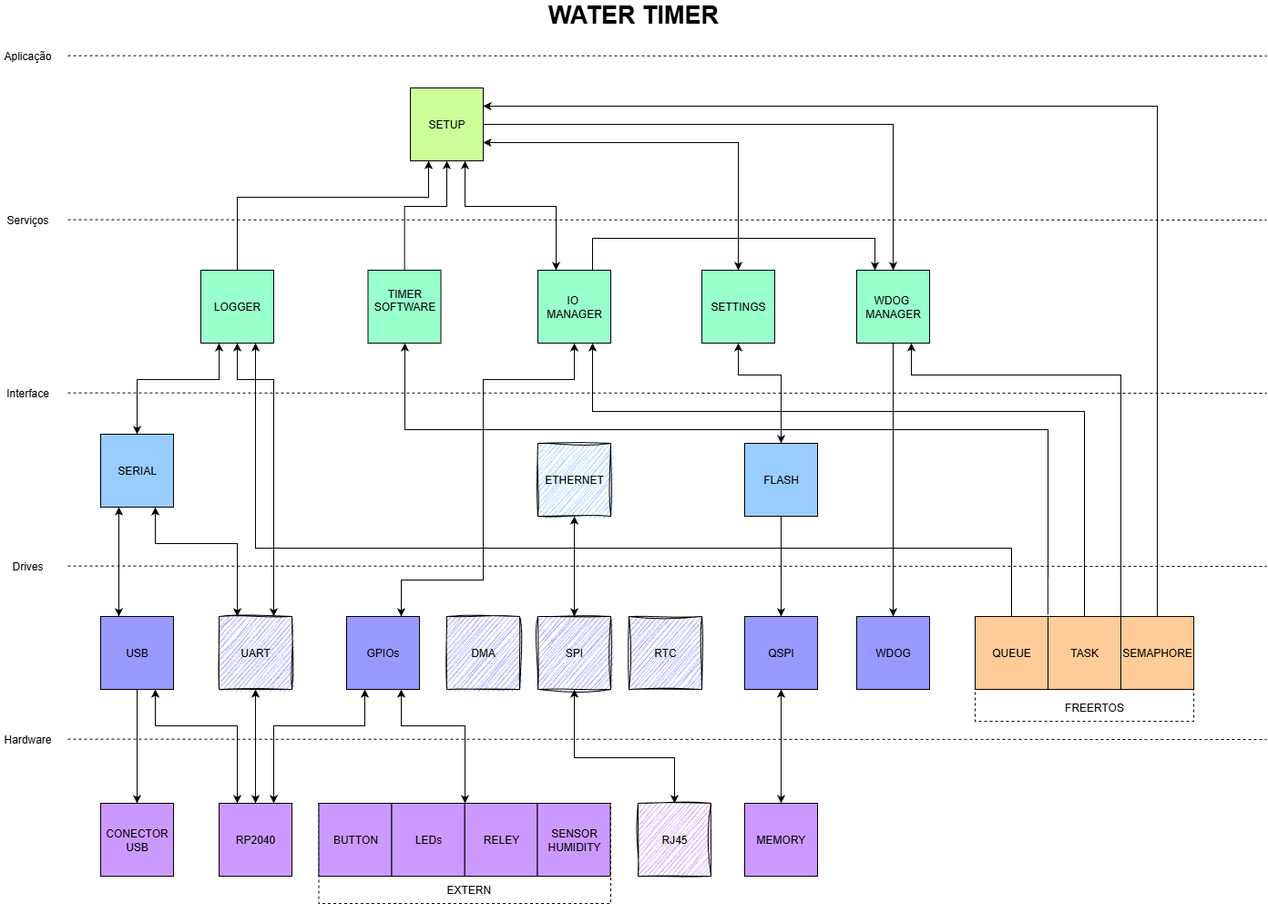
Before: arquitetura.png, a diagram exported from draw.io (MoniqueMoreira/Water_Timer). Source tidied: cells renumbered, new cells last; positions are measured from the earlier drawing's top-left corner, leaving out a move shared by most shapes.
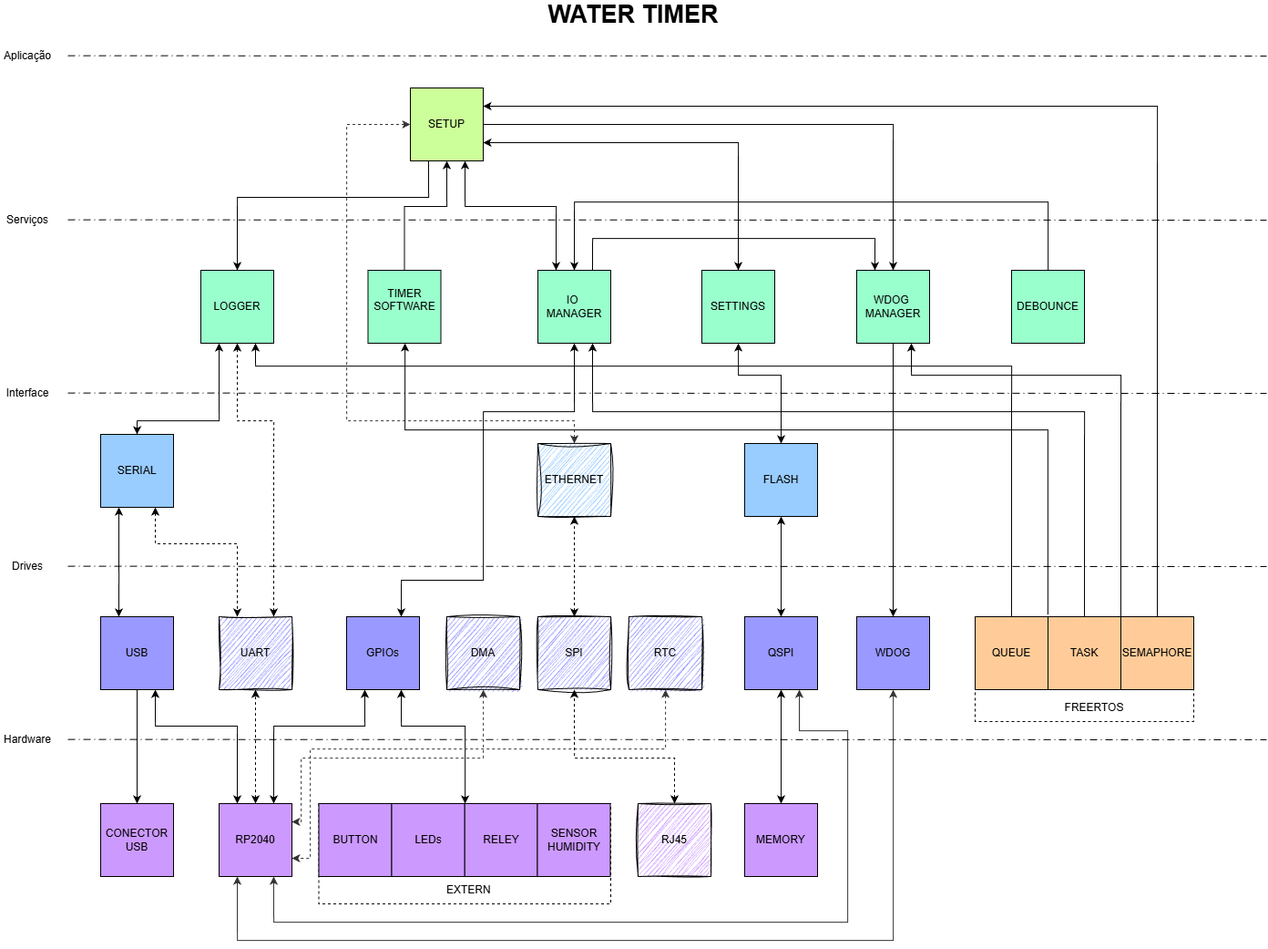
After the commit.

Diff of the diagram source:
```diff
@@ -4,5 +4,5 @@
     <mxCell id="1" parent="0" />
-    <mxCell id="2" style="rounded=0;whiteSpace=wrap;html=1;fillColor=none;dashed=1;" parent="1" vertex="1">
-      <mxGeometry x="1070" y="675" width="240" height="115" as="geometry" />
-    </mxCell>
+    <mxCell id="73" style="rounded=0;whiteSpace=wrap;html=1;fillColor=none;dashed=1;" parent="1" vertex="1">
+      <mxGeometry x="1070" y="675" width="240" height="115" as="geometry" />
+    </mxCell>
     <mxCell id="3" style="edgeStyle=orthogonalEdgeStyle;rounded=0;jettySize=auto;html=1;entryX=0.5;entryY=0;entryDx=0;entryDy=0;exitX=1;exitY=0.5;exitDx=0;exitDy=0;" parent="1" edge="1" source="5" target="50">
@@ -19,7 +19,7 @@
     </mxCell>
-    <mxCell id="7" style="edgeStyle=orthogonalEdgeStyle;rounded=0;jettySize=auto;html=1;exitX=0.75;exitY=0;exitDx=0;exitDy=0;entryX=0.5;entryY=1;entryDx=0;entryDy=0;startArrow=classic;startFill=1;" parent="1" edge="1" source="8" target="17">
+    <mxCell id="7" style="edgeStyle=orthogonalEdgeStyle;rounded=0;jettySize=auto;html=1;exitX=0.75;exitY=0;exitDx=0;exitDy=0;entryX=0.5;entryY=1;entryDx=0;entryDy=0;startArrow=classic;startFill=1;dashed=1;" parent="1" edge="1" source="8" target="17">
       <mxGeometry relative="1" as="geometry">
         <Array as="points">
-          <mxPoint x="300" y="415" />
-          <mxPoint x="260" y="415" />
+          <mxPoint x="300" y="460" />
+          <mxPoint x="260" y="460" />
         </Array>
@@ -35,4 +35,4 @@
           <mxPoint x="530" y="635" />
-          <mxPoint x="530" y="415" />
-          <mxPoint x="630" y="415" />
+          <mxPoint x="530" y="450" />
+          <mxPoint x="630" y="450" />
         </Array>
@@ -52,3 +52,3 @@
     </mxCell>
-    <mxCell id="12" style="edgeStyle=orthogonalEdgeStyle;rounded=0;jettySize=auto;html=1;entryX=0.5;entryY=1;entryDx=0;entryDy=0;startArrow=classic;startFill=1;" parent="1" edge="1" source="13" target="55">
+    <mxCell id="12" style="edgeStyle=orthogonalEdgeStyle;rounded=0;jettySize=auto;html=1;entryX=0.5;entryY=1;entryDx=0;entryDy=0;startArrow=classic;startFill=1;dashed=1;" parent="1" edge="1" source="13" target="55">
       <mxGeometry relative="1" as="geometry" />
@@ -69,3 +69,3 @@
     </mxCell>
-    <mxCell id="16" style="edgeStyle=orthogonalEdgeStyle;rounded=0;jettySize=auto;html=1;entryX=0.25;entryY=1;entryDx=0;entryDy=0;startArrow=none;startFill=0;exitX=0.5;exitY=0;exitDx=0;exitDy=0;" parent="1" edge="1" source="17" target="5">
+    <mxCell id="16" style="edgeStyle=orthogonalEdgeStyle;rounded=0;jettySize=auto;html=1;entryX=0.25;entryY=1;entryDx=0;entryDy=0;startArrow=classic;startFill=1;exitX=0.5;exitY=0;exitDx=0;exitDy=0;endArrow=none;endFill=0;" parent="1" edge="1" source="17" target="5">
       <mxGeometry relative="1" as="geometry">
@@ -80,3 +80,3 @@
     </mxCell>
-    <mxCell id="18" style="edgeStyle=orthogonalEdgeStyle;rounded=0;jettySize=auto;html=1;" parent="1" edge="1" source="19" target="21">
+    <mxCell id="18" style="edgeStyle=orthogonalEdgeStyle;rounded=0;jettySize=auto;html=1;startArrow=classic;startFill=1;" parent="1" edge="1" source="19" target="21">
       <mxGeometry relative="1" as="geometry">
@@ -94,2 +94,12 @@
     </mxCell>
+    <mxCell id="74" style="edgeStyle=orthogonalEdgeStyle;shape=connector;rounded=0;jettySize=auto;html=1;exitX=0.75;exitY=1;exitDx=0;exitDy=0;entryX=0.75;entryY=1;entryDx=0;entryDy=0;strokeColor=light-dark(#333333, #ededed);strokeWidth=1;align=center;verticalAlign=middle;fontFamily=Helvetica;fontSize=11;fontColor=default;labelBackgroundColor=default;endArrow=classic;startArrow=classic;startFill=1;endFill=1;" parent="1" edge="1" source="21" target="29">
+      <mxGeometry relative="1" as="geometry">
+        <Array as="points">
+          <mxPoint x="877" y="800" />
+          <mxPoint x="930" y="800" />
+          <mxPoint x="930" y="1010" />
+          <mxPoint x="300" y="1010" />
+        </Array>
+      </mxGeometry>
+    </mxCell>
     <mxCell id="21" value="QSPI" style="whiteSpace=wrap;html=1;fillColor=#9999FF;glass=0;shadow=0;rounded=0;" parent="1" vertex="1">
@@ -97,2 +107,10 @@
     </mxCell>
+    <mxCell id="75" style="edgeStyle=orthogonalEdgeStyle;shape=connector;rounded=0;jettySize=auto;html=1;entryX=0.25;entryY=1;entryDx=0;entryDy=0;strokeColor=light-dark(#333333, #ededed);strokeWidth=1;align=center;verticalAlign=middle;fontFamily=Helvetica;fontSize=11;fontColor=default;labelBackgroundColor=default;endArrow=classic;startArrow=classic;startFill=1;endFill=1;" parent="1" edge="1" source="22" target="29">
+      <mxGeometry relative="1" as="geometry">
+        <Array as="points">
+          <mxPoint x="980" y="1030" />
+          <mxPoint x="260" y="1030" />
+        </Array>
+      </mxGeometry>
+    </mxCell>
     <mxCell id="22" value="WDOG&lt;span style=&quot;color: rgba(0, 0, 0, 0); font-family: monospace; font-size: 0px; text-align: start; text-wrap-mode: nowrap;&quot;&gt;%3CmxGraphModel%3E%3Croot%3E%3CmxCell%20id%3D%220%22%2F%3E%3CmxCell%20id%3D%221%22%20parent%3D%220%22%2F%3E%3CmxCell%20id%3D%222%22%20value%3D%22GPIO%22%20style%3D%22whiteSpace%3Dwrap%3Bhtml%3D1%3Baspect%3Dfixed%3B%22%20vertex%3D%221%22%20parent%3D%221%22%3E%3CmxGeometry%20x%3D%22260%22%20y%3D%22420%22%20width%3D%2280%22%20height%3D%2280%22%20as%3D%22geometry%22%2F%3E%3C%2FmxCell%3E%3C%2Froot%3E%3C%2FmxGraphModel%3E&lt;/span&gt;&lt;span style=&quot;color: rgba(0, 0, 0, 0); font-family: monospace; font-size: 0px; text-align: start; text-wrap-mode: nowrap;&quot;&gt;%3CmxGraphModel%3E%3Croot%3E%3CmxCell%20id%3D%220%22%2F%3E%3CmxCell%20id%3D%221%22%20parent%3D%220%22%2F%3E%3CmxCell%20id%3D%222%22%20value%3D%22GPIO%22%20style%3D%22whiteSpace%3Dwrap%3Bhtml%3D1%3Baspect%3Dfixed%3B%22%20vertex%3D%221%22%20parent%3D%221%22%3E%3CmxGeometry%20x%3D%22260%22%20y%3D%22420%22%20width%3D%2280%22%20height%3D%2280%22%20as%3D%22geometry%22%2F%3E%3C%2FmxCell%3E%3C%2Froot%3E%3C%2FmxGraphModel%3E&lt;/span&gt;" style="whiteSpace=wrap;html=1;fillColor=#9999FF;glass=0;shadow=0;rounded=0;" parent="1" vertex="1">
@@ -100,2 +118,11 @@
     </mxCell>
+    <mxCell id="76" style="edgeStyle=orthogonalEdgeStyle;shape=connector;rounded=0;jettySize=auto;html=1;entryX=1;entryY=0.75;entryDx=0;entryDy=0;strokeColor=light-dark(#333333, #ededed);strokeWidth=1;align=center;verticalAlign=middle;fontFamily=Helvetica;fontSize=11;fontColor=default;labelBackgroundColor=default;endArrow=classic;startArrow=classic;startFill=1;endFill=1;dashed=1;" parent="1" edge="1" source="23" target="29">
+      <mxGeometry relative="1" as="geometry">
+        <Array as="points">
+          <mxPoint x="730" y="820" />
+          <mxPoint x="340" y="820" />
+          <mxPoint x="340" y="940" />
+        </Array>
+      </mxGeometry>
+    </mxCell>
     <mxCell id="23" value="RTC" style="whiteSpace=wrap;html=1;fillColor=#9999FF;glass=0;shadow=0;rounded=0;sketch=1;curveFitting=1;jiggle=2;" parent="1" vertex="1">
@@ -103,8 +130,8 @@
     </mxCell>
-    <mxCell id="24" style="endArrow=none;dashed=1;html=1;rounded=0;" parent="1" edge="1">
-      <mxGeometry relative="1" as="geometry">
-        <mxPoint x="74" y="809.6" as="sourcePoint" />
-        <mxPoint x="1390" y="810" as="targetPoint" />
-      </mxGeometry>
-    </mxCell>
+    <mxCell id="77" style="endArrow=none;dashed=1;html=1;rounded=0;dashPattern=8 4 1 4;" parent="1" edge="1">
+      <mxGeometry relative="1" as="geometry">
+        <mxPoint x="74" y="809.6" as="sourcePoint" />
+        <mxPoint x="1390" y="810" as="targetPoint" />
+      </mxGeometry>
+    </mxCell>
     <mxCell id="25" value="Hardware" style="text;html=1;align=center;verticalAlign=middle;whiteSpace=wrap;rounded=0;" parent="1" vertex="1">
@@ -112,3 +139,3 @@
     </mxCell>
-    <mxCell id="26" style="edgeStyle=orthogonalEdgeStyle;rounded=0;jettySize=auto;html=1;entryX=0.5;entryY=1;entryDx=0;entryDy=0;startArrow=classic;startFill=1;" parent="1" edge="1" source="29" target="8">
+    <mxCell id="26" style="edgeStyle=orthogonalEdgeStyle;rounded=0;jettySize=auto;html=1;entryX=0.5;entryY=1;entryDx=0;entryDy=0;startArrow=classic;startFill=1;dashed=1;" parent="1" edge="1" source="29" target="8">
       <mxGeometry relative="1" as="geometry" />
@@ -137,4 +164,4 @@
         <Array as="points">
-          <mxPoint x="240" y="415" />
-          <mxPoint x="150" y="415" />
+          <mxPoint x="240" y="460" />
+          <mxPoint x="150" y="460" />
         </Array>
@@ -142,3 +169,3 @@
     </mxCell>
-    <mxCell id="31" style="edgeStyle=orthogonalEdgeStyle;rounded=0;jettySize=auto;html=1;exitX=0.75;exitY=1;exitDx=0;exitDy=0;entryX=0.25;entryY=0;entryDx=0;entryDy=0;startArrow=classic;startFill=1;" parent="1" edge="1" source="32" target="8">
+    <mxCell id="31" style="edgeStyle=orthogonalEdgeStyle;rounded=0;jettySize=auto;html=1;exitX=0.75;exitY=1;exitDx=0;exitDy=0;entryX=0.25;entryY=0;entryDx=0;entryDy=0;startArrow=classic;startFill=1;dashed=1;" parent="1" edge="1" source="32" target="8">
       <mxGeometry relative="1" as="geometry">
@@ -167,3 +194,3 @@
     </mxCell>
-    <mxCell id="36" style="edgeStyle=orthogonalEdgeStyle;rounded=0;jettySize=auto;html=1;exitX=0.5;exitY=0;exitDx=0;exitDy=0;entryX=0.5;entryY=1;entryDx=0;entryDy=0;startArrow=classic;startFill=1;" parent="1" edge="1" source="37" target="13">
+    <mxCell id="36" style="edgeStyle=orthogonalEdgeStyle;rounded=0;jettySize=auto;html=1;exitX=0.5;exitY=0;exitDx=0;exitDy=0;entryX=0.5;entryY=1;entryDx=0;entryDy=0;startArrow=classic;startFill=1;dashed=1;" parent="1" edge="1" source="37" target="13">
       <mxGeometry relative="1" as="geometry">
@@ -181,8 +208,8 @@
     </mxCell>
-    <mxCell id="39" style="endArrow=none;dashed=1;html=1;rounded=0;" parent="1" edge="1">
-      <mxGeometry relative="1" as="geometry">
-        <mxPoint x="74" y="429.6" as="sourcePoint" />
-        <mxPoint x="1390" y="430" as="targetPoint" />
-      </mxGeometry>
-    </mxCell>
+    <mxCell id="78" style="endArrow=none;dashed=1;html=1;rounded=0;dashPattern=8 4 1 4;" parent="1" edge="1">
+      <mxGeometry relative="1" as="geometry">
+        <mxPoint x="74" y="429.6" as="sourcePoint" />
+        <mxPoint x="1390" y="430" as="targetPoint" />
+      </mxGeometry>
+    </mxCell>
     <mxCell id="40" value="Interface" style="text;html=1;align=center;verticalAlign=middle;whiteSpace=wrap;rounded=0;" parent="1" vertex="1">
@@ -190,14 +217,14 @@
     </mxCell>
-    <mxCell id="41" style="endArrow=none;dashed=1;html=1;rounded=0;" parent="1" edge="1">
-      <mxGeometry relative="1" as="geometry">
-        <mxPoint x="74" y="619.6" as="sourcePoint" />
-        <mxPoint x="1390" y="620" as="targetPoint" />
-      </mxGeometry>
-    </mxCell>
-    <mxCell id="42" style="endArrow=none;dashed=1;html=1;rounded=0;" parent="1" edge="1">
-      <mxGeometry relative="1" as="geometry">
-        <mxPoint x="74" y="239.6" as="sourcePoint" />
-        <mxPoint x="1390" y="240" as="targetPoint" />
-      </mxGeometry>
-    </mxCell>
+    <mxCell id="79" style="endArrow=none;dashed=1;html=1;rounded=0;dashPattern=8 4 1 4;" parent="1" edge="1">
+      <mxGeometry relative="1" as="geometry">
+        <mxPoint x="74" y="619.6" as="sourcePoint" />
+        <mxPoint x="1390" y="620" as="targetPoint" />
+      </mxGeometry>
+    </mxCell>
+    <mxCell id="80" style="endArrow=none;dashed=1;html=1;rounded=0;dashPattern=8 4 1 4;" parent="1" edge="1">
+      <mxGeometry relative="1" as="geometry">
+        <mxPoint x="74" y="239.6" as="sourcePoint" />
+        <mxPoint x="1390" y="240" as="targetPoint" />
+      </mxGeometry>
+    </mxCell>
     <mxCell id="43" value="Serviços" style="text;html=1;align=center;verticalAlign=middle;whiteSpace=wrap;rounded=0;" parent="1" vertex="1">
@@ -205,8 +232,8 @@
     </mxCell>
-    <mxCell id="44" style="endArrow=none;dashed=1;html=1;rounded=0;" parent="1" edge="1">
-      <mxGeometry relative="1" as="geometry">
-        <mxPoint x="74" y="59.6" as="sourcePoint" />
-        <mxPoint x="1390" y="60" as="targetPoint" />
-      </mxGeometry>
-    </mxCell>
+    <mxCell id="81" style="endArrow=none;dashed=1;html=1;rounded=0;dashPattern=8 4 1 4;" parent="1" edge="1">
+      <mxGeometry relative="1" as="geometry">
+        <mxPoint x="74" y="59.6" as="sourcePoint" />
+        <mxPoint x="1390" y="60" as="targetPoint" />
+      </mxGeometry>
+    </mxCell>
     <mxCell id="45" value="Aplicação" style="text;html=1;align=center;verticalAlign=middle;whiteSpace=wrap;rounded=0;" parent="1" vertex="1">
@@ -253,2 +280,11 @@
     </mxCell>
+    <mxCell id="82" style="edgeStyle=orthogonalEdgeStyle;shape=connector;rounded=0;jettySize=auto;html=1;strokeColor=light-dark(#333333, #ededed);strokeWidth=1;align=center;verticalAlign=middle;fontFamily=Helvetica;fontSize=11;fontColor=default;labelBackgroundColor=default;endArrow=classic;dashed=1;entryX=1;entryY=0.25;entryDx=0;entryDy=0;startArrow=classic;startFill=1;endFill=1;" parent="1" edge="1" source="54" target="29">
+      <mxGeometry relative="1" as="geometry">
+        <Array as="points">
+          <mxPoint x="530" y="830" />
+          <mxPoint x="330" y="830" />
+          <mxPoint x="330" y="900" />
+        </Array>
+      </mxGeometry>
+    </mxCell>
     <mxCell id="54" value="DMA" style="whiteSpace=wrap;html=1;fillColor=#9999FF;glass=0;shadow=0;rounded=0;sketch=1;curveFitting=1;jiggle=2;" parent="1" vertex="1">
@@ -256,2 +292,11 @@
     </mxCell>
+    <mxCell id="83" style="edgeStyle=orthogonalEdgeStyle;shape=connector;rounded=0;jettySize=auto;html=1;exitX=0.5;exitY=0;exitDx=0;exitDy=0;entryX=0;entryY=0.5;entryDx=0;entryDy=0;strokeColor=light-dark(#333333, #ededed);strokeWidth=1;align=center;verticalAlign=middle;fontFamily=Helvetica;fontSize=11;fontColor=default;labelBackgroundColor=default;endArrow=classic;dashed=1;startArrow=classic;startFill=1;endFill=1;" parent="1" edge="1" source="55" target="5">
+      <mxGeometry relative="1" as="geometry">
+        <Array as="points">
+          <mxPoint x="630" y="460" />
+          <mxPoint x="380" y="460" />
+          <mxPoint x="380" y="135" />
+        </Array>
+      </mxGeometry>
+    </mxCell>
     <mxCell id="55" value="ETHERNET" style="whiteSpace=wrap;html=1;fillColor=#99CCFF;glass=0;shadow=0;rounded=0;sketch=1;curveFitting=1;jiggle=2;" parent="1" vertex="1">
@@ -259,21 +304,21 @@
     </mxCell>
-    <mxCell id="56" style="group;" parent="1" vertex="1">
-      <mxGeometry x="349.5" y="880" width="320.5" height="110" as="geometry" />
-    </mxCell>
+    <mxCell id="84" style="group;" parent="1" vertex="1">
+      <mxGeometry x="349.5" y="880" width="320.5" height="110" as="geometry" />
+    </mxCell>
-    <mxCell id="57" style="rounded=0;whiteSpace=wrap;html=1;fillColor=none;dashed=1;" parent="56" vertex="1">
+    <mxCell id="57" style="rounded=0;whiteSpace=wrap;html=1;fillColor=none;dashed=1;" parent="84" vertex="1">
       <mxGeometry width="320.5" height="110" as="geometry" />
     </mxCell>
-    <mxCell id="58" value="BUTTON" style="whiteSpace=wrap;html=1;fillColor=#CC99FF;glass=0;shadow=0;rounded=0;" parent="56" vertex="1">
+    <mxCell id="58" value="BUTTON" style="whiteSpace=wrap;html=1;fillColor=#CC99FF;glass=0;shadow=0;rounded=0;" parent="84" vertex="1">
       <mxGeometry width="80" height="80" as="geometry" />
     </mxCell>
-    <mxCell id="59" value="RELEY" style="whiteSpace=wrap;html=1;fillColor=#CC99FF;glass=0;shadow=0;rounded=0;" parent="56" vertex="1">
+    <mxCell id="59" value="RELEY" style="whiteSpace=wrap;html=1;fillColor=#CC99FF;glass=0;shadow=0;rounded=0;" parent="84" vertex="1">
       <mxGeometry x="160" width="80" height="80" as="geometry" />
     </mxCell>
-    <mxCell id="60" value="LEDs" style="whiteSpace=wrap;html=1;fillColor=#CC99FF;glass=0;shadow=0;rounded=0;" parent="56" vertex="1">
+    <mxCell id="60" value="LEDs" style="whiteSpace=wrap;html=1;fillColor=#CC99FF;glass=0;shadow=0;rounded=0;" parent="84" vertex="1">
       <mxGeometry x="80" width="80" height="80" as="geometry" />
     </mxCell>
-    <mxCell id="61" value="SENSOR HUMIDITY" style="whiteSpace=wrap;html=1;fillColor=#CC99FF;glass=0;shadow=0;rounded=0;" parent="56" vertex="1">
+    <mxCell id="61" value="SENSOR HUMIDITY" style="whiteSpace=wrap;html=1;fillColor=#CC99FF;glass=0;shadow=0;rounded=0;" parent="84" vertex="1">
       <mxGeometry x="240" width="80" height="80" as="geometry" />
     </mxCell>
-    <mxCell id="62" value="EXTERN&amp;nbsp;" style="text;html=1;align=center;verticalAlign=middle;whiteSpace=wrap;rounded=0;" parent="56" vertex="1">
+    <mxCell id="62" value="EXTERN&amp;nbsp;" style="text;html=1;align=center;verticalAlign=middle;whiteSpace=wrap;rounded=0;" parent="84" vertex="1">
       <mxGeometry x="136.5" y="80" width="60" height="30" as="geometry" />
@@ -283,10 +328,10 @@
     </mxCell>
-    <mxCell id="64" style="edgeStyle=orthogonalEdgeStyle;rounded=0;jettySize=auto;html=1;exitX=0.333;exitY=-0.019;exitDx=0;exitDy=0;exitPerimeter=0;" parent="1" edge="1" source="2" target="15">
-      <mxGeometry relative="1" as="geometry">
-        <Array as="points">
-          <mxPoint x="1150" y="470" />
-          <mxPoint x="444" y="470" />
-        </Array>
-      </mxGeometry>
-    </mxCell>
+    <mxCell id="85" style="edgeStyle=orthogonalEdgeStyle;rounded=0;jettySize=auto;html=1;exitX=0.333;exitY=-0.019;exitDx=0;exitDy=0;exitPerimeter=0;" parent="1" edge="1" source="73" target="15">
+      <mxGeometry relative="1" as="geometry">
+        <Array as="points">
+          <mxPoint x="1150" y="470" />
+          <mxPoint x="444" y="470" />
+        </Array>
+      </mxGeometry>
+    </mxCell>
     <mxCell id="65" value="QUEUE" style="whiteSpace=wrap;html=1;fillColor=#FFCC99;glass=0;shadow=0;rounded=0;" parent="1" vertex="1">
@@ -322,4 +367,4 @@
         <Array as="points">
-          <mxPoint x="280" y="600" />
-          <mxPoint x="1110" y="600" />
+          <mxPoint x="280" y="400" />
+          <mxPoint x="1110" y="400" />
         </Array>
@@ -330,2 +375,13 @@
     </mxCell>
+    <mxCell id="86" style="edgeStyle=orthogonalEdgeStyle;rounded=0;jettySize=auto;html=1;entryX=0.5;entryY=0;entryDx=0;entryDy=0;" parent="1" edge="1" source="87" target="48">
+      <mxGeometry relative="1" as="geometry">
+        <Array as="points">
+          <mxPoint x="1150" y="220" />
+          <mxPoint x="630" y="220" />
+        </Array>
+      </mxGeometry>
+    </mxCell>
+    <mxCell id="87" value="DEBOUNCE" style="whiteSpace=wrap;html=1;fillColor=#99FFCC;glass=0;shadow=0;rounded=0;" parent="1" vertex="1">
+      <mxGeometry x="1110" y="295" width="80" height="80" as="geometry" />
+    </mxCell>
   </root>
```
